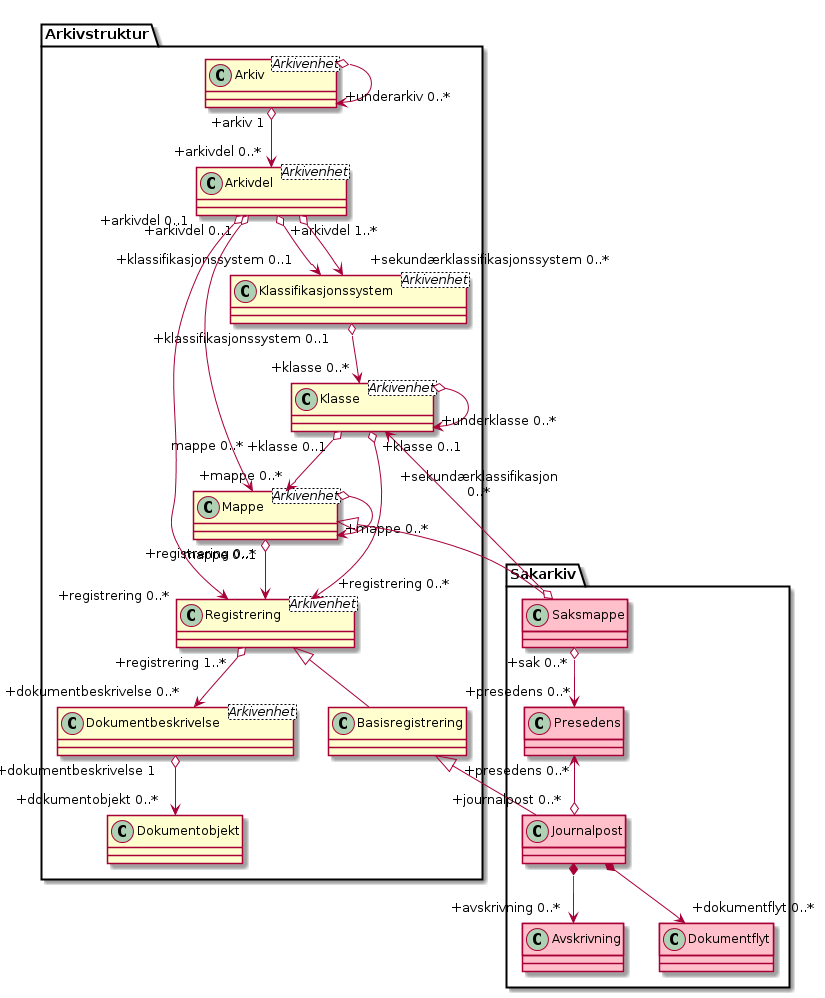
Above: kapitler/media/uml-hovedmodell-saksbehandling.png in arkivverket/noark5-tjenestegrensesnitt-standard (PlantUML), before the change. Its diagram source:
```plantuml
@startuml
skinparam classAttributeIconSize 0

class Arkivstruktur.Arkiv <Arkivenhet>
class Arkivstruktur.Arkivdel <Arkivenhet>
class Arkivstruktur.Klassifikasjonssystem <Arkivenhet>
class Arkivstruktur.Klasse <Arkivenhet>
class Arkivstruktur.Mappe <Arkivenhet>
class Arkivstruktur.Registrering <Arkivenhet>
class Arkivstruktur.Dokumentbeskrivelse <Arkivenhet>
class Sakarkiv.Saksmappe #pink
class Sakarkiv.Presedens #pink
class Sakarkiv.Journalpost #pink
class Sakarkiv.Avskrivning #pink
class Sakarkiv.Dokumentflyt #pink

Arkivstruktur.Arkiv o-> "+underarkiv 0..*" Arkivstruktur.Arkiv
Arkivstruktur.Arkiv "+arkiv 1" o--> "+arkivdel 0..*" Arkivstruktur.Arkivdel
Arkivstruktur.Arkivdel "+arkivdel 1..*" o--> "+klassifikasjonssystem 0..1" Arkivstruktur.Klassifikasjonssystem
Arkivstruktur.Arkivdel o--> "+sekundærklassifikasjonssystem 0..*" Arkivstruktur.Klassifikasjonssystem
Arkivstruktur.Klassifikasjonssystem "+klassifikasjonssystem 0..1" o--> "+klasse 0..*" Arkivstruktur.Klasse
Arkivstruktur.Klasse o--> "+underklasse 0..*" Arkivstruktur.Klasse
Arkivstruktur.Klasse "+klasse 0..1" o--> "+mappe 0..*" Arkivstruktur.Mappe
Arkivstruktur.Mappe o--> "+mappe 0..*" Arkivstruktur.Mappe
Arkivstruktur.Mappe <|-- Sakarkiv.Saksmappe
Arkivstruktur.Klasse "\n\n+sekundærklassifikasjon\n0..*" <--o Sakarkiv.Saksmappe
Arkivstruktur.Mappe "mappe 0..1" o--> "+registrering 0..*\n\n" Arkivstruktur.Registrering
Arkivstruktur.Mappe "mappe 0..*\n\n" <--o "+arkivdel 0..1" Arkivstruktur.Arkivdel
Arkivstruktur.Klasse "+klasse 0..1" o--> "+registrering 0..*" Arkivstruktur.Registrering
Arkivstruktur.Registrering "+registrering 1..*" o--> "+dokumentbeskrivelse 0..*" Arkivstruktur.Dokumentbeskrivelse
Arkivstruktur.Registrering "+registrering 0..*" <--o "+arkivdel 0..1" Arkivstruktur.Arkivdel
Arkivstruktur.Registrering <|-- Arkivstruktur.Basisregistrering
Arkivstruktur.Dokumentbeskrivelse "+dokumentbeskrivelse 1" o--> "+dokumentobjekt 0..*" Arkivstruktur.Dokumentobjekt
Sakarkiv.Saksmappe "+sak 0..*" o--> "+presedens 0..*" Sakarkiv.Presedens
Arkivstruktur.Basisregistrering <|-- Sakarkiv.Journalpost
Sakarkiv.Presedens "+presedens 0..*" <--o "+journalpost 0..*" Sakarkiv.Journalpost
Sakarkiv.Journalpost *--> "+avskrivning 0..*" Sakarkiv.Avskrivning
Sakarkiv.Journalpost *--> "+dokumentflyt 0..*" Sakarkiv.Dokumentflyt
@enduml
```
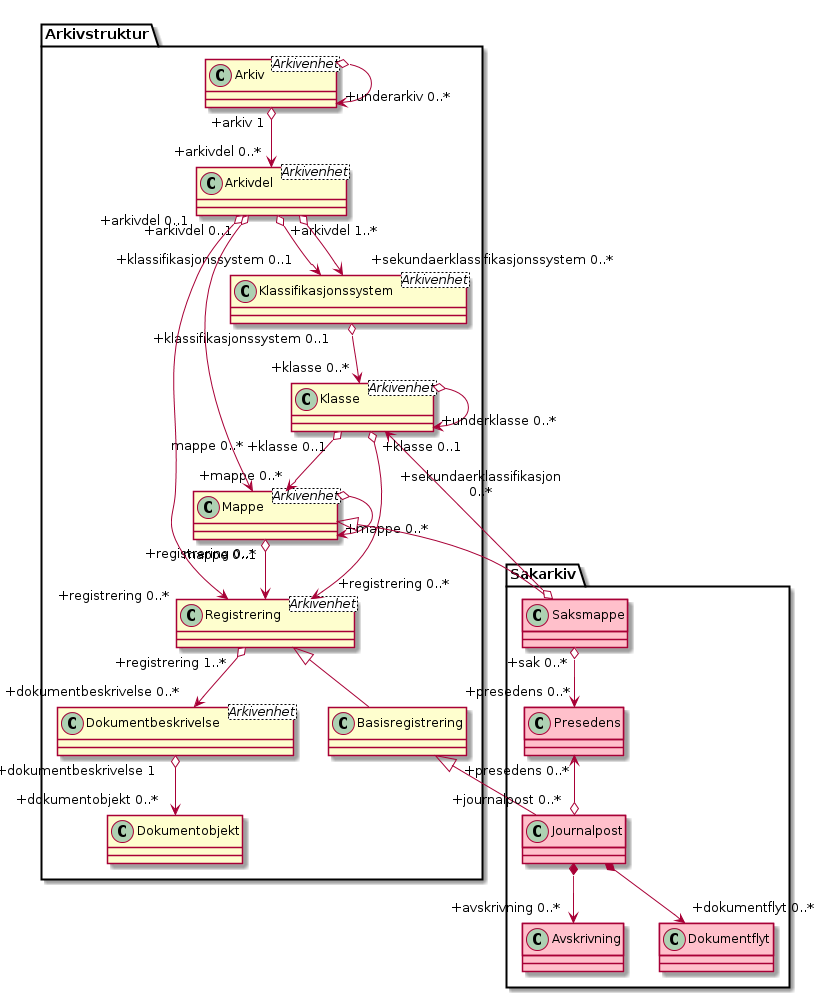
The same file after the commit.

The edit, as a diff of the source:
```diff
@@ -17,13 +17,13 @@
 Arkivstruktur.Arkiv o-> "+underarkiv 0..*" Arkivstruktur.Arkiv
 Arkivstruktur.Arkiv "+arkiv 1" o--> "+arkivdel 0..*" Arkivstruktur.Arkivdel
 Arkivstruktur.Arkivdel "+arkivdel 1..*" o--> "+klassifikasjonssystem 0..1" Arkivstruktur.Klassifikasjonssystem
-Arkivstruktur.Arkivdel o--> "+sekundærklassifikasjonssystem 0..*" Arkivstruktur.Klassifikasjonssystem
+Arkivstruktur.Arkivdel o--> "+sekundaerklassifikasjonssystem 0..*" Arkivstruktur.Klassifikasjonssystem
 Arkivstruktur.Klassifikasjonssystem "+klassifikasjonssystem 0..1" o--> "+klasse 0..*" Arkivstruktur.Klasse
 Arkivstruktur.Klasse o--> "+underklasse 0..*" Arkivstruktur.Klasse
 Arkivstruktur.Klasse "+klasse 0..1" o--> "+mappe 0..*" Arkivstruktur.Mappe
 Arkivstruktur.Mappe o--> "+mappe 0..*" Arkivstruktur.Mappe
 Arkivstruktur.Mappe <|-- Sakarkiv.Saksmappe
-Arkivstruktur.Klasse "\n\n+sekundærklassifikasjon\n0..*" <--o Sakarkiv.Saksmappe
+Arkivstruktur.Klasse "\n\n+sekundaerklassifikasjon\n0..*" <--o Sakarkiv.Saksmappe
 Arkivstruktur.Mappe "mappe 0..1" o--> "+registrering 0..*\n\n" Arkivstruktur.Registrering
 Arkivstruktur.Mappe "mappe 0..*\n\n" <--o "+arkivdel 0..1" Arkivstruktur.Arkivdel
 Arkivstruktur.Klasse "+klasse 0..1" o--> "+registrering 0..*" Arkivstruktur.Registrering
```
